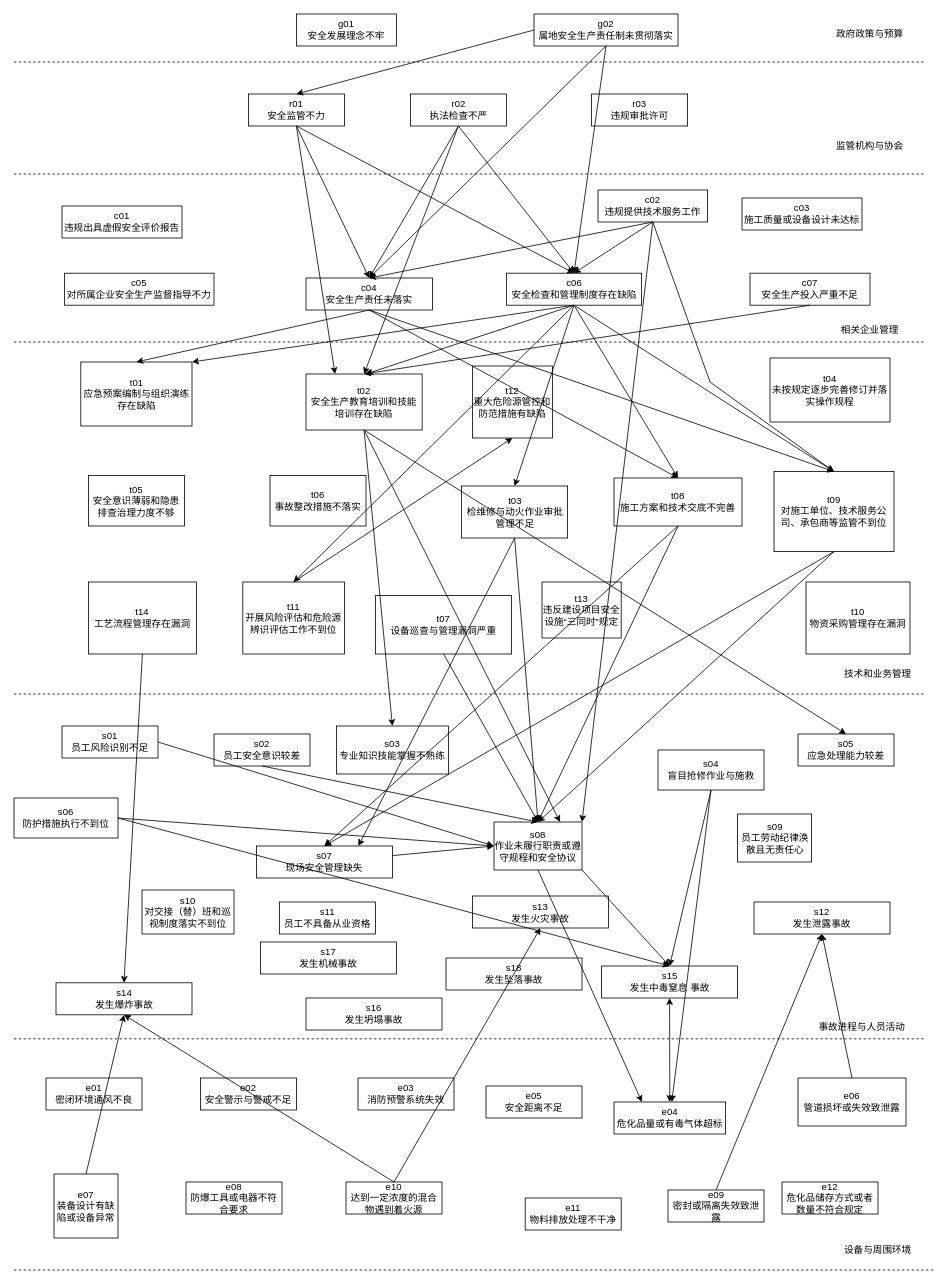
Earlier version of the draw.io diagram 未命名绘图.drawio (fangjiarong/docs). Source tidied: cells renumbered, new cells numbered last; positions are measured from the earlier drawing's top-left corner, leaving out a move shared by most shapes. Both pictures are drawn from the tidied source at 80%, with x=0, y=0 at pixel (14, 14).
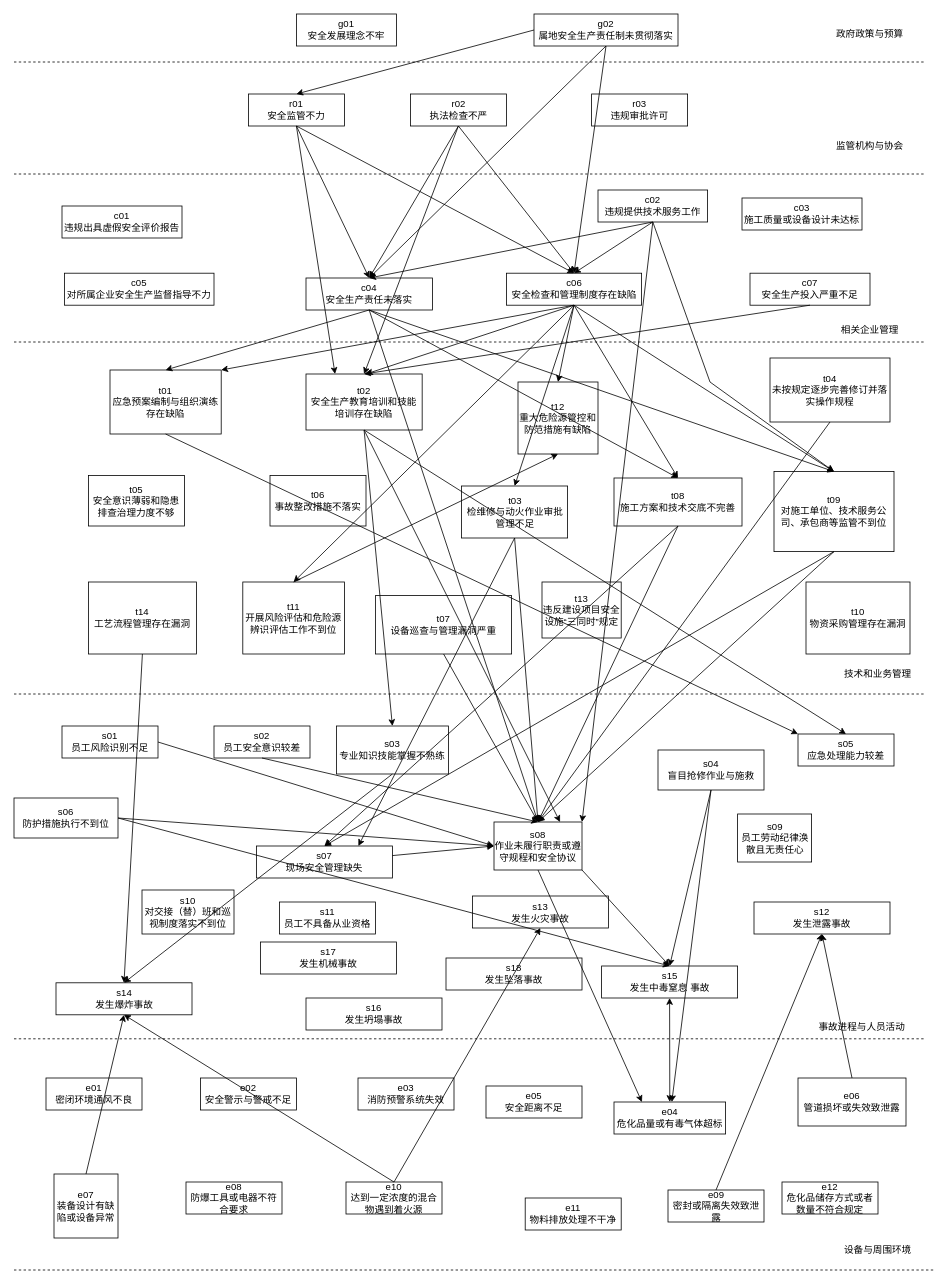
The same diagram, later.

Commit message (it also covers changes not shown here):
更新未命名绘图.drawio

The change refers to these unchanged cells:
```xml
<mxCell id="13" value="c04&lt;br&gt;安全生产责任未落实" style="rounded=0;whiteSpace=wrap;html=1;" parent="1" vertex="1">
  <mxGeometry x="365" y="330" width="158" height="40" as="geometry" />
</mxCell>
<mxCell id="17" value="t04&lt;br&gt;未按规定逐步完善修订并落实操作规程" style="rounded=0;whiteSpace=wrap;html=1;" parent="1" vertex="1">
  <mxGeometry x="945" y="430" width="150" height="80" as="geometry" />
</mxCell>
<mxCell id="23" value="s08&lt;br&gt;作业未履行职责或遵守规程和安全协议" style="rounded=0;whiteSpace=wrap;html=1;" parent="1" vertex="1">
  <mxGeometry x="600" y="1010" width="110" height="60" as="geometry" />
</mxCell>
<mxCell id="24" value="s05&lt;br&gt;应急处理能力较差" style="rounded=0;whiteSpace=wrap;html=1;" parent="1" vertex="1">
  <mxGeometry x="980" y="900" width="120" height="40" as="geometry" />
</mxCell>
<mxCell id="28" value="s03&lt;br&gt;专业知识技能掌握不熟练" style="rounded=0;whiteSpace=wrap;html=1;" parent="1" vertex="1">
  <mxGeometry x="403" y="890" width="140" height="60" as="geometry" />
</mxCell>
<mxCell id="32" value="c06&lt;br&gt;安全检查和管理制度存在缺陷" style="rounded=0;whiteSpace=wrap;html=1;" parent="1" vertex="1">
  <mxGeometry x="615.5" y="324" width="169" height="40" as="geometry" />
</mxCell>
<mxCell id="47" value="s14&lt;br&gt;发生爆炸事故" style="rounded=0;whiteSpace=wrap;html=1;" parent="1" vertex="1">
  <mxGeometry x="52.5" y="1211" width="170" height="40" as="geometry" />
</mxCell>
```

The edit, as a diff of the source:
```diff
@@
     <mxCell id="14" value="t01&lt;br&gt;应急预案编制与组织演练存在缺陷" style="rounded=0;whiteSpace=wrap;html=1;" parent="1" vertex="1">
-      <mxGeometry x="83.5" y="435" width="139" height="80" as="geometry" />
+      <mxGeometry x="120" y="445" width="139" height="80" as="geometry" />
     </mxCell>
@@
     <mxCell id="21" value="t12&lt;br&gt;重大危险源管控和防范措施有缺陷" style="rounded=0;whiteSpace=wrap;html=1;" parent="1" vertex="1">
-      <mxGeometry x="573" y="440" width="100" height="90" as="geometry" />
+      <mxGeometry x="630" y="460" width="100" height="90" as="geometry" />
     </mxCell>
@@
     <mxCell id="26" value="s02&lt;br&gt;员工安全意识较差" style="rounded=0;whiteSpace=wrap;html=1;" parent="1" vertex="1">
-      <mxGeometry x="250" y="900" width="120" height="40" as="geometry" />
+      <mxGeometry x="250" y="890" width="120" height="40" as="geometry" />
     </mxCell>
@@
+    <mxCell id="120" style="endArrow=classic;html=1;rounded=0;exitX=0.5;exitY=1;exitDx=0;exitDy=0;entryX=0;entryY=0;entryDx=0;entryDy=0;" parent="1" edge="1" source="14" target="24">
+      <mxGeometry relative="1" as="geometry" />
+    </mxCell>
+    <mxCell id="121" style="endArrow=classic;html=1;rounded=0;exitX=0.5;exitY=1;exitDx=0;exitDy=0;entryX=0.5;entryY=0;entryDx=0;entryDy=0;" parent="1" edge="1" source="32" target="21">
+      <mxGeometry relative="1" as="geometry" />
+    </mxCell>
+    <mxCell id="122" style="endArrow=classic;html=1;rounded=0;exitX=0.5;exitY=1;exitDx=0;exitDy=0;entryX=0.5;entryY=0;entryDx=0;entryDy=0;" parent="1" edge="1" source="13" target="23">
+      <mxGeometry relative="1" as="geometry" />
+    </mxCell>
+    <mxCell id="123" style="endArrow=classic;html=1;rounded=0;exitX=0.5;exitY=1;exitDx=0;exitDy=0;entryX=0.5;entryY=0;entryDx=0;entryDy=0;" parent="1" edge="1" source="28" target="47">
+      <mxGeometry relative="1" as="geometry" />
+    </mxCell>
+    <mxCell id="124" style="endArrow=classic;html=1;rounded=0;exitX=0.5;exitY=1;exitDx=0;exitDy=0;entryX=0.5;entryY=0;entryDx=0;entryDy=0;" parent="1" edge="1" source="17" target="23">
+      <mxGeometry relative="1" as="geometry" />
+    </mxCell>
```
